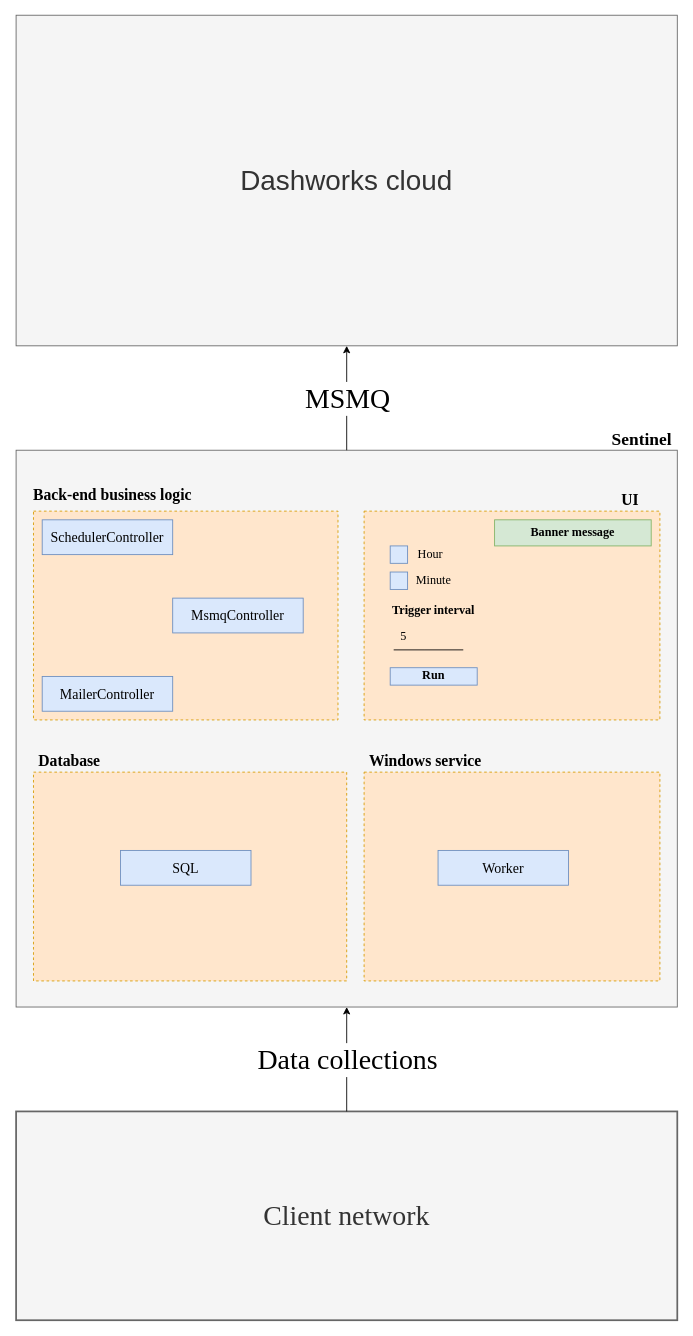
This is src/assets/Untitled Diagram.drawio from ValeryYuntsevich/ag-grid, a draw.io file, before an edit. Source tidied: cells renumbered, new cells numbered last; positions are measured from the earlier drawing's top-left corner, leaving out a move shared by most shapes. Both pictures are drawn from the tidied source at 87%, with x=0, y=0 at pixel (16, 15).
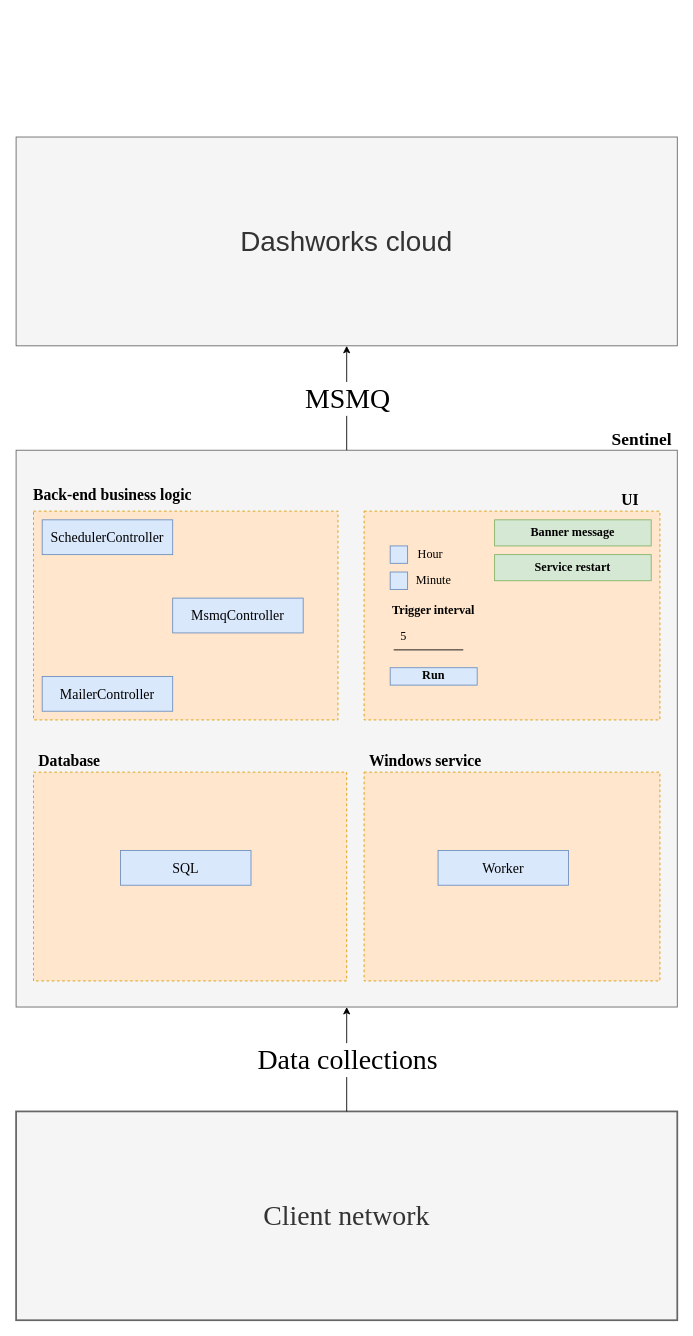
The same page after the edit.

Change to the diagram source:
```diff
@@
     <mxCell id="24" value="Dashworks cloud" style="rounded=0;whiteSpace=wrap;html=1;fontSize=32;fillColor=#f5f5f5;fontColor=#333333;strokeColor=#666666;" parent="1" vertex="1">
-      <mxGeometry width="760" height="380" as="geometry" />
+      <mxGeometry y="140" width="760" height="240" as="geometry" />
     </mxCell>
@@
+    <mxCell id="34" value="Service restart" style="rounded=0;whiteSpace=wrap;html=1;fontFamily=Times New Roman;fontSize=14;strokeWidth=1;fontStyle=1;fillColor=#d5e8d4;strokeColor=#82b366;" parent="1" vertex="1">
+      <mxGeometry x="550" y="620" width="180" height="30" as="geometry" />
+    </mxCell>
```
